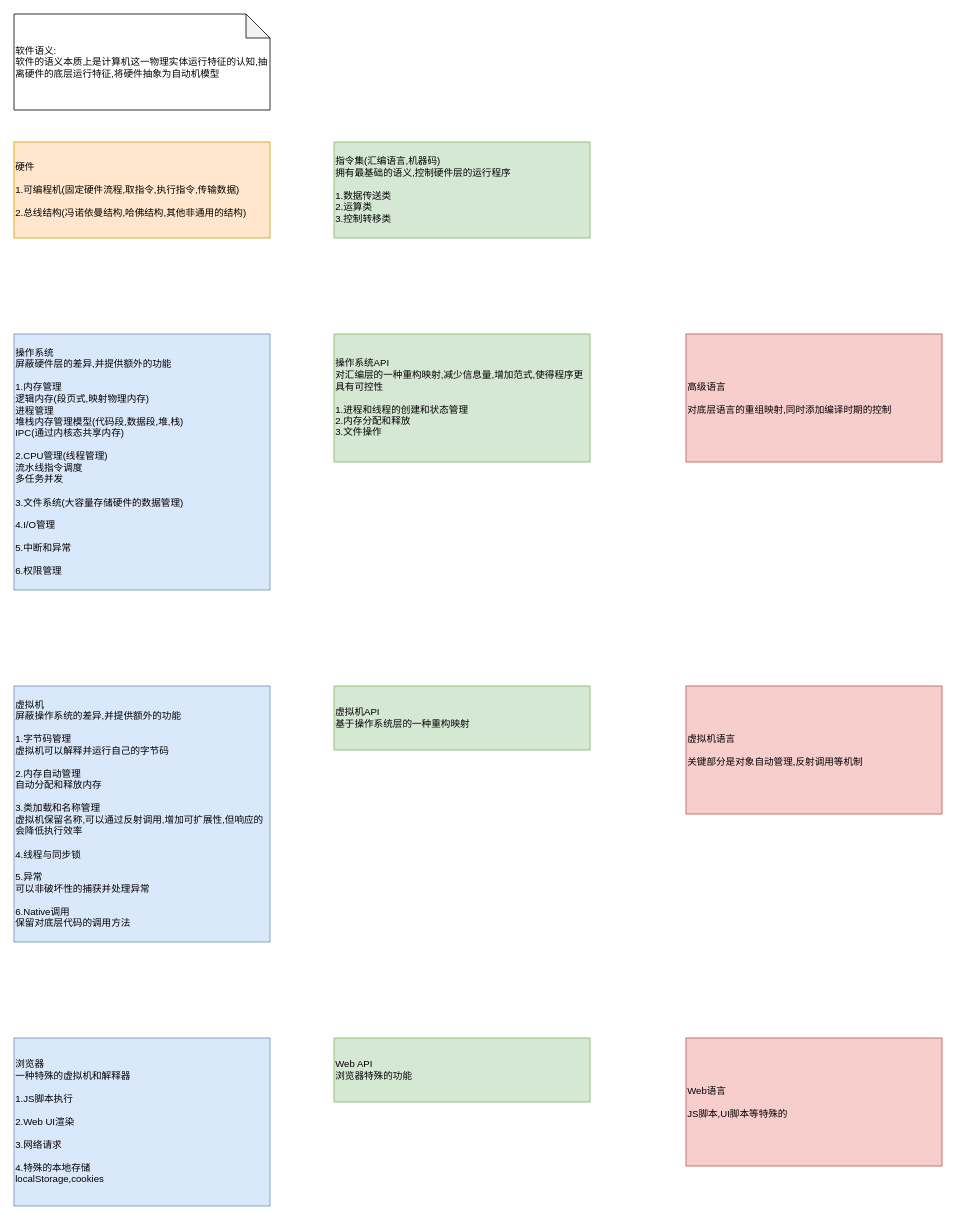
Above: page "软件语义" (4 of 8) of base_model/实体和语言.drawio in cyxm/CodeGenerator (draw.io), before the change. Source tidied: cells renumbered, new cells numbered last; positions are measured from the earlier drawing's top-left corner, leaving out a move shared by most shapes. Both pictures are drawn from the tidied source at 80%, with x=0, y=0 at pixel (14, 14).
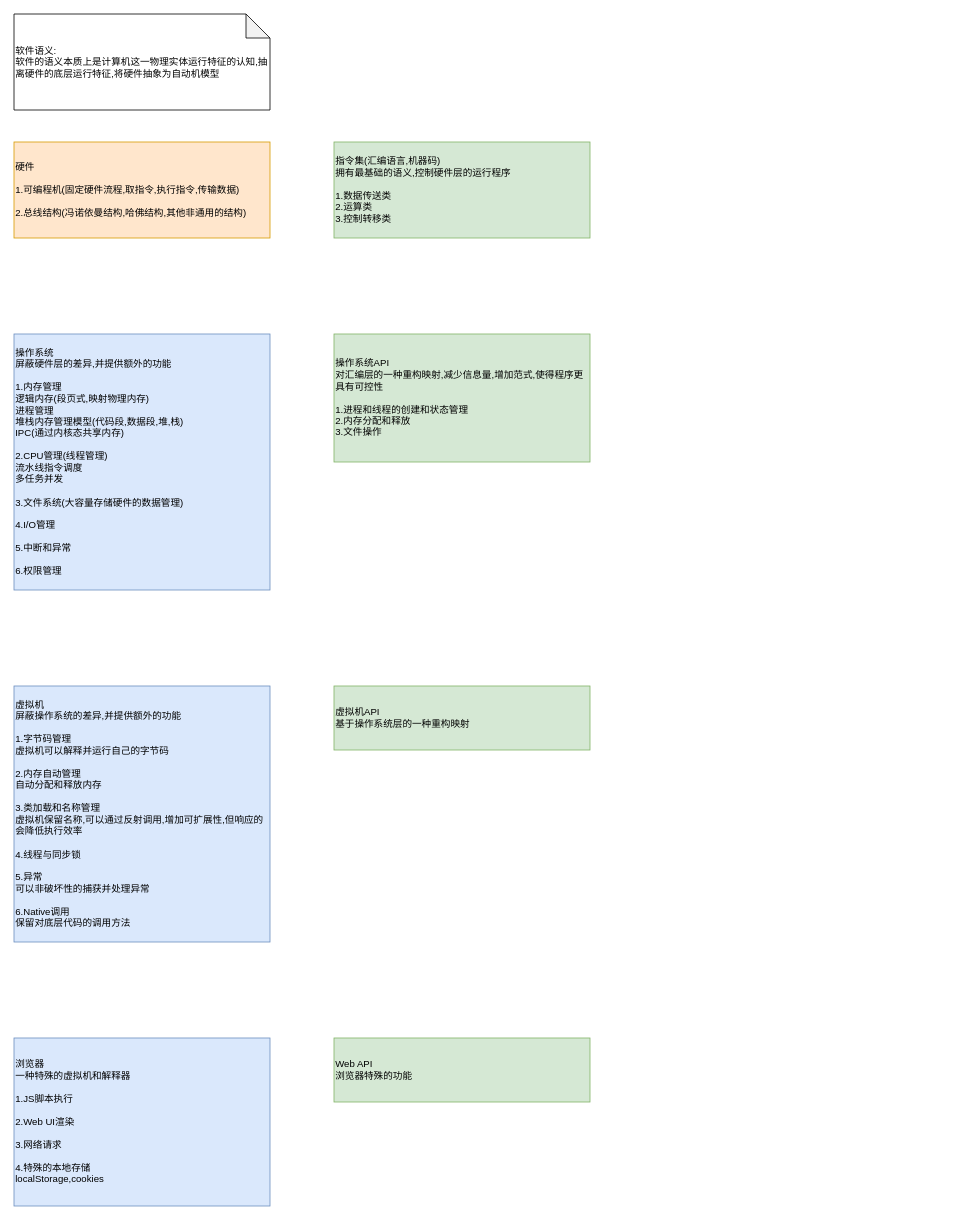
The same diagram, later.

The edit, as a diff of the source:
```diff
@@
 <mxGraphModel>
   <root>
     <mxCell id="0" />
     <mxCell id="1" parent="0" />
     <mxCell id="2" value="&lt;div&gt;硬件&lt;/div&gt;&lt;div&gt;&lt;br&gt;&lt;/div&gt;&lt;div&gt;1.可编程机(固定硬件流程,取指令,执行指令,传输数据)&lt;/div&gt;&lt;div&gt;&lt;br&gt;&lt;/div&gt;&lt;div&gt;2.总线结构(冯诺依曼结构,哈佛结构,其他非通用的结构)&lt;/div&gt;" style="rounded=0;whiteSpace=wrap;html=1;fillColor=#ffe6cc;strokeColor=#d79b00;align=left;" parent="1" vertex="1">
       <mxGeometry y="160" width="320" height="120" as="geometry" />
     </mxCell>
     <mxCell id="3" value="&lt;div&gt;操作系统&lt;/div&gt;&lt;div&gt;屏蔽硬件层的差异,并提供额外的功能&lt;/div&gt;&lt;div&gt;&lt;br&gt;&lt;/div&gt;&lt;div&gt;1.内存管理&lt;/div&gt;&lt;div&gt;逻辑内存(段页式,映射物理内存)&lt;/div&gt;&lt;div&gt;进程管理&lt;/div&gt;&lt;div&gt;堆栈内存管理模型(代码段,数据段,堆,栈)&lt;/div&gt;&lt;div&gt;IPC(通过内核态共享内存)&lt;/div&gt;&lt;div&gt;&lt;br&gt;&lt;/div&gt;&lt;div&gt;2.CPU管理(线程管理)&lt;/div&gt;&lt;div&gt;流水线指令调度&lt;/div&gt;&lt;div&gt;多任务并发&lt;/div&gt;&lt;div&gt;&lt;br&gt;&lt;/div&gt;&lt;div&gt;3.文件系统(大容量存储硬件的数据管理)&lt;/div&gt;&lt;div&gt;&lt;br&gt;&lt;/div&gt;&lt;div&gt;4.I/O管理&lt;/div&gt;&lt;div&gt;&lt;br&gt;&lt;/div&gt;&lt;div&gt;5.中断和异常&lt;/div&gt;&lt;div&gt;&lt;br&gt;&lt;/div&gt;&lt;div&gt;6.权限管理&lt;/div&gt;" style="rounded=0;whiteSpace=wrap;html=1;fillColor=#dae8fc;strokeColor=#6c8ebf;align=left;" parent="1" vertex="1">
       <mxGeometry y="400" width="320" height="320" as="geometry" />
     </mxCell>
     <mxCell id="4" value="&lt;div&gt;虚拟机&lt;/div&gt;&lt;div&gt;屏蔽操作系统的差异,并提供额外的功能&lt;/div&gt;&lt;div&gt;&lt;br&gt;&lt;/div&gt;&lt;div&gt;1.字节码管理&lt;/div&gt;&lt;div&gt;虚拟机可以解释并运行自己的字节码&lt;/div&gt;&lt;div&gt;&lt;br&gt;&lt;/div&gt;&lt;div&gt;2.内存自动管理&lt;/div&gt;&lt;div&gt;自动分配和释放内存&lt;/div&gt;&lt;div&gt;&lt;br&gt;&lt;/div&gt;&lt;div&gt;3.类加载和名称管理&lt;/div&gt;&lt;div&gt;虚拟机保留名称,可以通过反射调用,增加可扩展性,但响应的会降低执行效率&lt;/div&gt;&lt;div&gt;&lt;br&gt;&lt;/div&gt;&lt;div&gt;4.线程与同步锁&lt;/div&gt;&lt;div&gt;&lt;br&gt;&lt;/div&gt;&lt;div&gt;5.异常&lt;/div&gt;&lt;div&gt;可以非破坏性的捕获并处理异常&lt;/div&gt;&lt;div&gt;&lt;br&gt;&lt;/div&gt;&lt;div&gt;6.Native调用&lt;/div&gt;&lt;div&gt;保留对底层代码的调用方法&lt;/div&gt;" style="rounded=0;whiteSpace=wrap;html=1;fillColor=#dae8fc;strokeColor=#6c8ebf;align=left;" parent="1" vertex="1">
       <mxGeometry y="840" width="320" height="320" as="geometry" />
     </mxCell>
     <mxCell id="5" value="&lt;div&gt;浏览器&lt;/div&gt;&lt;div&gt;一种特殊的虚拟机和解释器&lt;/div&gt;&lt;div&gt;&lt;br&gt;&lt;/div&gt;&lt;div&gt;1.JS脚本执行&lt;/div&gt;&lt;div&gt;&lt;br&gt;&lt;/div&gt;&lt;div&gt;2.Web UI渲染&lt;/div&gt;&lt;div&gt;&lt;br&gt;&lt;/div&gt;&lt;div&gt;3.网络请求&lt;/div&gt;&lt;div&gt;&lt;br&gt;&lt;/div&gt;&lt;div&gt;4.特殊的本地存储&lt;/div&gt;&lt;div&gt;localStorage,cookies&lt;/div&gt;" style="rounded=0;whiteSpace=wrap;html=1;fillColor=#dae8fc;strokeColor=#6c8ebf;align=left;" parent="1" vertex="1">
       <mxGeometry y="1280" width="320" height="210" as="geometry" />
     </mxCell>
     <mxCell id="6" value="&lt;div&gt;软件语义:&lt;/div&gt;&lt;div&gt;软件的语义本质上是计算机这一物理实体运行特征的认知,抽离硬件的底层运行特征,将硬件抽象为自动机模型&lt;/div&gt;" style="shape=note;whiteSpace=wrap;html=1;backgroundOutline=1;darkOpacity=0.05;align=left;rounded=0;" parent="1" vertex="1">
       <mxGeometry width="320" height="120" as="geometry" />
     </mxCell>
     <mxCell id="7" value="&lt;div&gt;指令集(汇编语言,机器码)&lt;/div&gt;&lt;div&gt;拥有最基础的语义,控制硬件层的运行程序&lt;/div&gt;&lt;div&gt;&lt;br&gt;&lt;/div&gt;&lt;div&gt;1.数据传送类&lt;/div&gt;&lt;div&gt;2.运算类&lt;/div&gt;&lt;div&gt;3.控制转移类&lt;/div&gt;" style="rounded=0;whiteSpace=wrap;html=1;fillColor=#d5e8d4;strokeColor=#82b366;align=left;" parent="1" vertex="1">
       <mxGeometry x="400" y="160" width="320" height="120" as="geometry" />
     </mxCell>
     <mxCell id="8" value="&lt;div&gt;操作系统API&lt;/div&gt;&lt;div&gt;对汇编层的一种重构映射,减少信息量,增加范式,使得程序更具有可控性&lt;/div&gt;&lt;div&gt;&lt;br&gt;&lt;/div&gt;&lt;div&gt;1.进程和线程的创建和状态管理&lt;/div&gt;&lt;div&gt;2.内存分配和释放&lt;/div&gt;&lt;div&gt;3.文件操作&lt;/div&gt;" style="rounded=0;whiteSpace=wrap;html=1;fillColor=#d5e8d4;strokeColor=#82b366;align=left;" parent="1" vertex="1">
       <mxGeometry x="400" y="400" width="320" height="160" as="geometry" />
     </mxCell>
-    <mxCell id="9" value="&lt;div&gt;高级语言&lt;/div&gt;&lt;div&gt;&lt;br&gt;&lt;/div&gt;&lt;div&gt;对底层语言的重组映射,同时添加编译时期的控制&lt;/div&gt;" style="rounded=0;whiteSpace=wrap;html=1;fillColor=#f8cecc;strokeColor=#b85450;align=left;" parent="1" vertex="1">
-      <mxGeometry x="840" y="400" width="320" height="160" as="geometry" />
-    </mxCell>
     <mxCell id="10" value="&lt;div&gt;虚拟机API&lt;/div&gt;&lt;div&gt;基于操作系统层的一种重构映射&lt;/div&gt;" style="rounded=0;whiteSpace=wrap;html=1;fillColor=#d5e8d4;strokeColor=#82b366;align=left;" parent="1" vertex="1">
       <mxGeometry x="400" y="840" width="320" height="80" as="geometry" />
     </mxCell>
-    <mxCell id="11" value="&lt;div&gt;虚拟机语言&lt;/div&gt;&lt;div&gt;&lt;br&gt;&lt;/div&gt;&lt;div&gt;关键部分是对象自动管理,反射调用等机制&lt;/div&gt;" style="rounded=0;whiteSpace=wrap;html=1;fillColor=#f8cecc;strokeColor=#b85450;align=left;" parent="1" vertex="1">
-      <mxGeometry x="840" y="840" width="320" height="160" as="geometry" />
-    </mxCell>
     <mxCell id="12" value="&lt;div&gt;Web API&lt;/div&gt;&lt;div&gt;浏览器特殊的功能&lt;/div&gt;" style="rounded=0;whiteSpace=wrap;html=1;align=left;fillColor=#d5e8d4;strokeColor=#82b366;" parent="1" vertex="1">
       <mxGeometry x="400" y="1280" width="320" height="80" as="geometry" />
     </mxCell>
-    <mxCell id="13" value="&lt;div&gt;Web语言&lt;/div&gt;&lt;div&gt;&lt;br&gt;&lt;/div&gt;&lt;div&gt;JS脚本,UI脚本等特殊的&lt;/div&gt;" style="rounded=0;whiteSpace=wrap;html=1;fillColor=#f8cecc;strokeColor=#b85450;align=left;" parent="1" vertex="1">
-      <mxGeometry x="840" y="1280" width="320" height="160" as="geometry" />
-    </mxCell>
   </root>
 </mxGraphModel>
```
